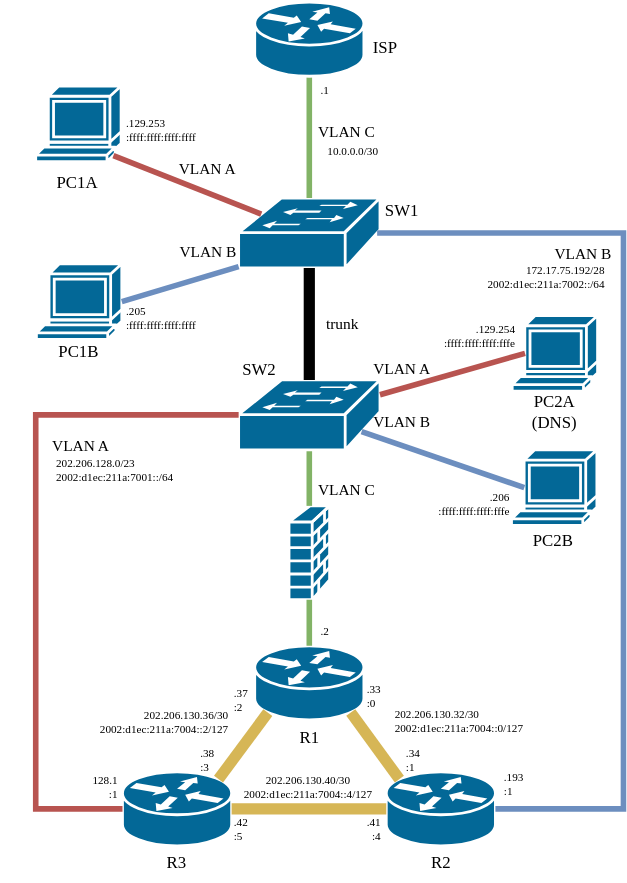
phatt-23/POS-project keeps this draw.io diagram as topologie_s_adresami.drawio.svg. Above is the earlier version. Source tidied: cells renumbered, new cells last; positions are measured from the earlier drawing's top-left corner, leaving out a move shared by most shapes.
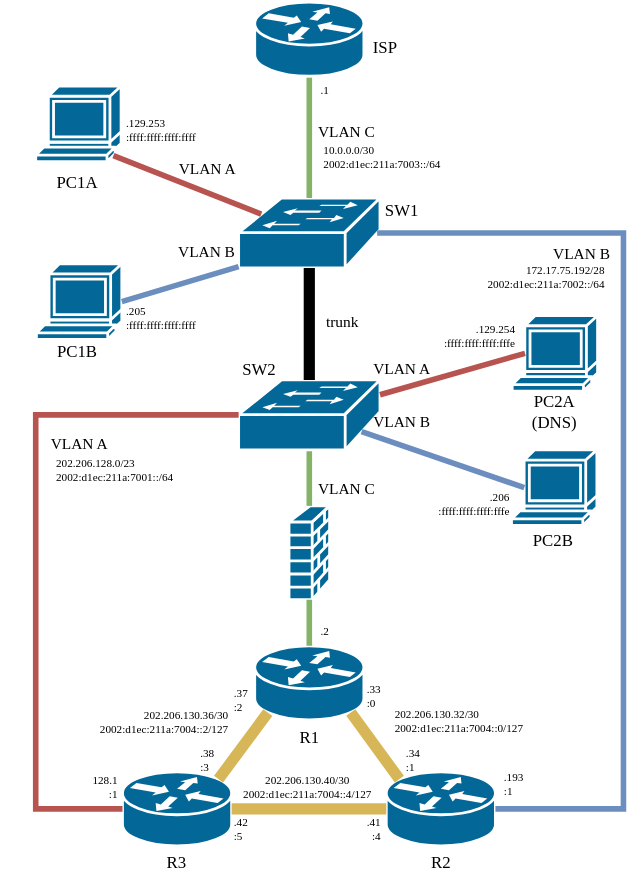
The same diagram one commit later.

The edit, as a diff of the source:
```diff
@@ -201,8 +201,8 @@
     <mxCell id="60" value="&lt;div style=&quot;font-size: 8px;&quot; align=&quot;left&quot;&gt;&lt;div&gt;&lt;font style=&quot;font-size: 8px;&quot;&gt;202.206.128.0/23&lt;br&gt;2002:d1ec:211a:7001::/64&lt;/font&gt;&lt;/div&gt;&lt;/div&gt;" style="text;html=1;align=left;verticalAlign=middle;whiteSpace=wrap;rounded=0;fontFamily=Iosevka NF;" parent="1" vertex="1">
       <mxGeometry x="37.5" y="320" width="150" height="30" as="geometry" />
     </mxCell>
-    <mxCell id="61" value="&lt;div style=&quot;font-size: 11px;&quot;&gt;&lt;font style=&quot;font-size: 8px;&quot;&gt;10.0.0.0/30&lt;/font&gt;&lt;/div&gt;" style="text;html=1;align=center;verticalAlign=middle;whiteSpace=wrap;rounded=0;fontFamily=Iosevka NF;" parent="1" vertex="1">
-      <mxGeometry x="222" y="91" width="60" height="30" as="geometry" />
+    <mxCell id="61" value="&lt;div align=&quot;left&quot; style=&quot;font-size: 8px;&quot;&gt;&lt;font style=&quot;font-size: 8px;&quot;&gt;10.0.0.0/30&lt;/font&gt;&lt;/div&gt;&lt;div align=&quot;left&quot; style=&quot;font-size: 8px;&quot;&gt;&lt;font style=&quot;font-size: 8px;&quot;&gt;2002:d1ec:211a:7003::/64&lt;/font&gt;&lt;/div&gt;" style="text;html=1;align=left;verticalAlign=middle;whiteSpace=wrap;rounded=0;fontFamily=Iosevka NF;" parent="1" vertex="1">
+      <mxGeometry x="229" y="96" width="156" height="30" as="geometry" />
     </mxCell>
     <mxCell id="62" value="&lt;pre style=&quot;font-size: 11px;&quot;&gt;&lt;font style=&quot;font-size: 11px;&quot; face=&quot;Iosevka NF&quot;&gt;VLAN A&lt;/font&gt;&lt;/pre&gt;" style="text;html=1;align=center;verticalAlign=middle;whiteSpace=wrap;rounded=0;" parent="1" vertex="1">
       <mxGeometry x="118" y="105" width="60" height="30" as="geometry" />
```
